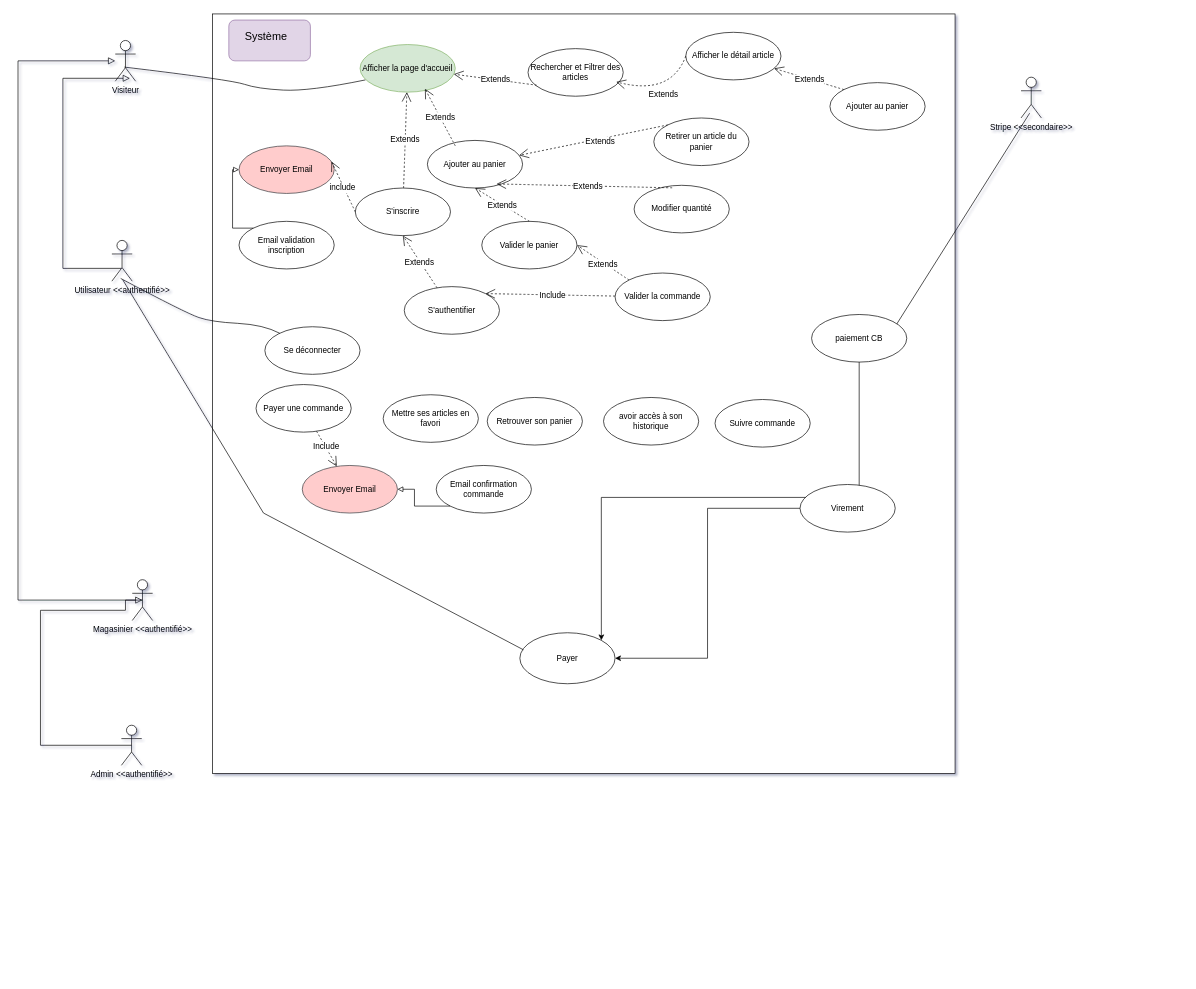
Above: Diagramme sans nom.drawio in Steony/BeautyBookerApp (draw.io), before the change. Source tidied: cells renumbered, new cells numbered last; positions are measured from the earlier drawing's top-left corner, leaving out a move shared by most shapes. Both pictures are drawn from the tidied source at 68%, with x=0, y=0 at pixel (18, 14).
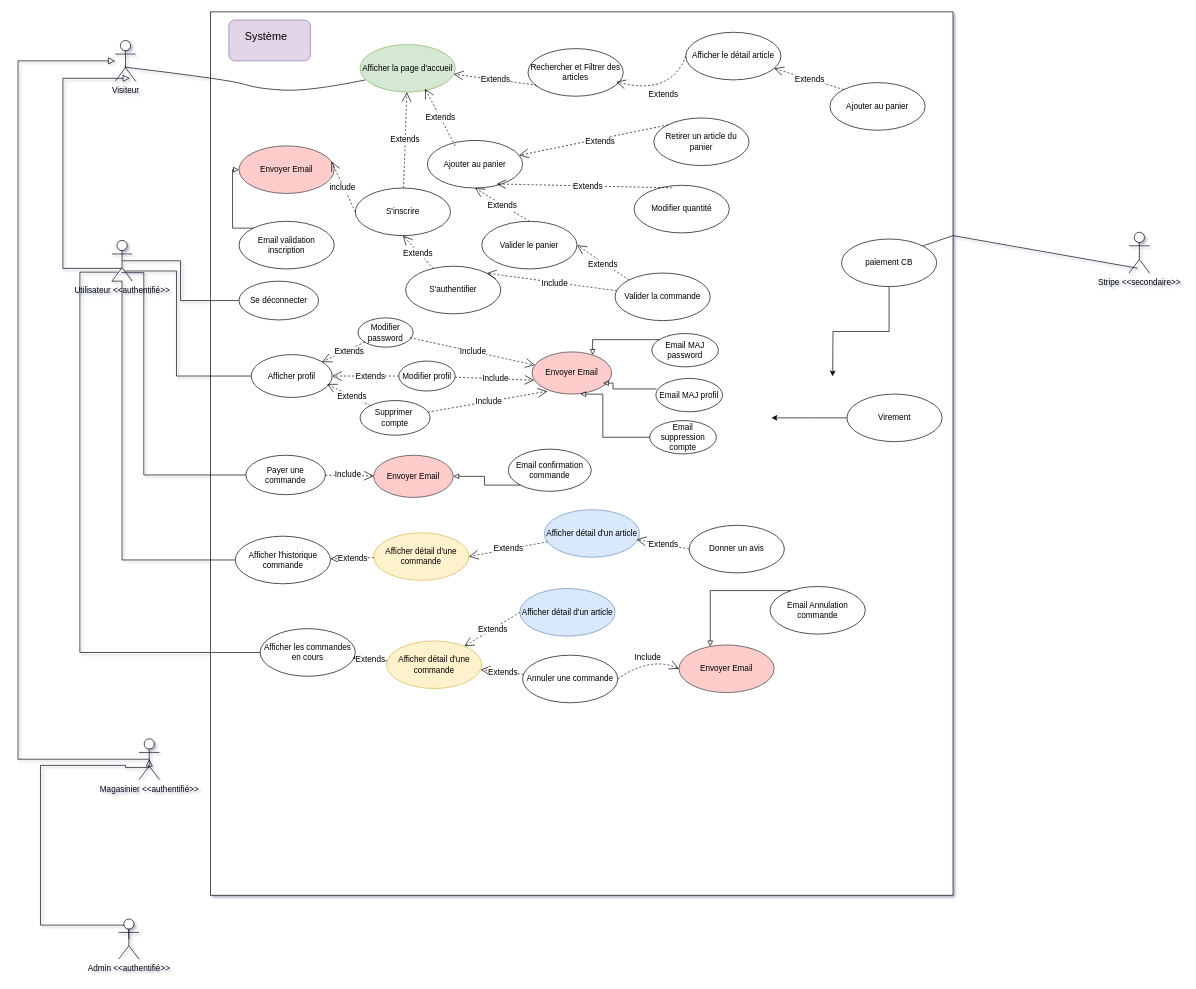
The same diagram, later.

Commit message (it also covers changes not shown here):
Mettre à jour Diagramme sans nom.drawio

Unchanged cells that the change refers to:
```xml
<mxCell id="5" value="Utilisateur &amp;lt;&amp;lt;authentifié&amp;gt;&amp;gt;" style="shape=umlActor;verticalLabelPosition=bottom;verticalAlign=top;html=1;" parent="1" vertex="1">
  <mxGeometry x="138" y="333" width="30" height="60" as="geometry" />
</mxCell>
```

Change to the diagram source:
```diff
@@
     <mxCell id="4" value="Magasinier &amp;lt;&amp;lt;authentifié&amp;gt;&amp;gt;" style="shape=umlActor;verticalLabelPosition=bottom;verticalAlign=top;html=1;" parent="1" vertex="1">
-      <mxGeometry x="168" y="832" width="30" height="60" as="geometry" />
+      <mxGeometry x="178" y="1066" width="30" height="60" as="geometry" />
     </mxCell>
@@
     <mxCell id="6" value="Stripe &amp;lt;&amp;lt;secondaire&amp;gt;&amp;gt;" style="shape=umlActor;verticalLabelPosition=bottom;verticalAlign=top;html=1;" parent="1" vertex="1">
-      <mxGeometry x="1475" y="93" width="30" height="60" as="geometry" />
+      <mxGeometry x="1634" y="321" width="30" height="60" as="geometry" />
     </mxCell>
     <mxCell id="7" style="rounded=0;whiteSpace=wrap;html=1;" parent="1" vertex="1">
-      <mxGeometry x="286" width="1092" height="1117" as="geometry" />
+      <mxGeometry x="283" y="-3" width="1092" height="1299" as="geometry" />
     </mxCell>
@@
     <mxCell id="11" style="edgeStyle=orthogonalEdgeStyle;rounded=0;jettySize=auto;html=1;exitX=0.5;exitY=0.5;exitDx=0;exitDy=0;exitPerimeter=0;fontSize=12;startSize=8;endSize=8;entryX=0.5;entryY=0.5;entryDx=0;entryDy=0;entryPerimeter=0;endArrow=block;endFill=0;" parent="1" edge="1" source="12" target="4">
       <mxGeometry relative="1" as="geometry">
         <Array as="points">
-          <mxPoint x="33" y="1075" />
-          <mxPoint x="33" y="877" />
-          <mxPoint x="158" y="877" />
-          <mxPoint x="158" y="862" />
+          <mxPoint x="163" y="1340" />
+          <mxPoint x="33" y="1340" />
+          <mxPoint x="33" y="1105" />
+          <mxPoint x="158" y="1105" />
+          <mxPoint x="158" y="1108" />
+          <mxPoint x="193" y="1108" />
         </Array>
       </mxGeometry>
     </mxCell>
     <mxCell id="12" value="Admin &amp;lt;&amp;lt;authentifié&amp;gt;&amp;gt;" style="shape=umlActor;verticalLabelPosition=bottom;verticalAlign=top;html=1;" parent="1" vertex="1">
-      <mxGeometry x="152" y="1046" width="30" height="59" as="geometry" />
+      <mxGeometry x="148" y="1331" width="30" height="59" as="geometry" />
     </mxCell>
@@
     <mxCell id="30" value="S'authentifier" style="ellipse;whiteSpace=wrap;html=1;" parent="1" vertex="1">
-      <mxGeometry x="568" y="401" width="140" height="70" as="geometry" />
+      <mxGeometry x="570" y="371" width="140" height="70" as="geometry" />
     </mxCell>
@@
-    <mxCell id="36" value="Retrouver son panier" style="ellipse;whiteSpace=wrap;html=1;" parent="1" vertex="1">
-      <mxGeometry x="690" y="564" width="140" height="70" as="geometry" />
+    <mxCell id="36" value="Donner un avis" style="ellipse;whiteSpace=wrap;html=1;" parent="1" vertex="1">
+      <mxGeometry x="987" y="752" width="140" height="70" as="geometry" />
     </mxCell>
-    <mxCell id="37" value="Mettre ses articles en favori" style="ellipse;whiteSpace=wrap;html=1;" parent="1" vertex="1">
-      <mxGeometry x="537" y="560" width="140" height="70" as="geometry" />
+    <mxCell id="37" value="Afficher détail d'un article" style="ellipse;whiteSpace=wrap;html=1;fillColor=#dae8fc;strokeColor=#6c8ebf;" parent="1" vertex="1">
+      <mxGeometry x="774" y="729" width="140" height="70" as="geometry" />
     </mxCell>
-    <mxCell id="38" value="avoir accès à son historique" style="ellipse;whiteSpace=wrap;html=1;" parent="1" vertex="1">
-      <mxGeometry x="861" y="564" width="140" height="70" as="geometry" />
+    <mxCell id="38" value="Afficher l'historique commande" style="ellipse;whiteSpace=wrap;html=1;" parent="1" vertex="1">
+      <mxGeometry x="319.5" y="768" width="140" height="70" as="geometry" />
     </mxCell>
-    <mxCell id="39" value="Payer" style="ellipse;whiteSpace=wrap;html=1;" parent="1" vertex="1">
-      <mxGeometry x="738" y="910" width="140" height="75" as="geometry" />
-    </mxCell>
-    <mxCell id="40" value="Suivre commande" style="ellipse;whiteSpace=wrap;html=1;" parent="1" vertex="1">
-      <mxGeometry x="1025" y="567" width="140" height="70" as="geometry" />
+    <mxCell id="40" value="Afficher les commandes en cours" style="ellipse;whiteSpace=wrap;html=1;" parent="1" vertex="1">
+      <mxGeometry x="356" y="904" width="140" height="70" as="geometry" />
     </mxCell>
-    <mxCell id="41" style="endArrow=none;html=1;rounded=0;entryX=0.037;entryY=0.334;entryDx=0;entryDy=0;entryPerimeter=0;" parent="1" edge="1" target="39">
-      <mxGeometry relative="1" as="geometry">
-        <mxPoint x="154" y="391" as="sourcePoint" />
-        <Array as="points">
-          <mxPoint x="361" y="734" />
-        </Array>
-      </mxGeometry>
-    </mxCell>
     <mxCell id="42" style="endArrow=none;html=1;rounded=0;exitX=1;exitY=0;exitDx=0;exitDy=0;entryX=0.422;entryY=0.883;entryDx=0;entryDy=0;entryPerimeter=0;" parent="1" edge="1" source="44" target="6">
       <mxGeometry relative="1" as="geometry">
         <Array as="points">
-          <mxPoint x="1262" y="504" />
+          <mxPoint x="1375" y="326" />
         </Array>
       </mxGeometry>
     </mxCell>
-    <mxCell id="43" style="edgeStyle=orthogonalEdgeStyle;rounded=0;jettySize=auto;html=1;exitX=0.5;exitY=1;exitDx=0;exitDy=0;entryX=1;entryY=0;entryDx=0;entryDy=0;" parent="1" edge="1" source="44" target="39">
-      <mxGeometry relative="1" as="geometry" />
+    <mxCell id="43" style="edgeStyle=orthogonalEdgeStyle;rounded=0;jettySize=auto;html=1;exitX=0.5;exitY=1;exitDx=0;exitDy=0;" parent="1" edge="1" source="44">
+      <mxGeometry relative="1" as="geometry">
+        <mxPoint x="1198" y="533" as="targetPoint" />
+      </mxGeometry>
     </mxCell>
     <mxCell id="44" value="paiement CB" style="ellipse;whiteSpace=wrap;html=1;" parent="1" vertex="1">
-      <mxGeometry x="1167" y="442" width="140" height="70" as="geometry" />
+      <mxGeometry x="1211" y="331" width="140" height="70" as="geometry" />
     </mxCell>
-    <mxCell id="45" style="edgeStyle=orthogonalEdgeStyle;rounded=0;jettySize=auto;html=1;entryX=1;entryY=0.5;entryDx=0;entryDy=0;" parent="1" edge="1" source="46" target="39">
-      <mxGeometry relative="1" as="geometry" />
+    <mxCell id="45" style="edgeStyle=orthogonalEdgeStyle;rounded=0;jettySize=auto;html=1;" parent="1" edge="1" source="46">
+      <mxGeometry relative="1" as="geometry">
+        <mxPoint x="1108" y="594" as="targetPoint" />
+      </mxGeometry>
     </mxCell>
     <mxCell id="46" value="Virement" style="ellipse;whiteSpace=wrap;html=1;" parent="1" vertex="1">
-      <mxGeometry x="1150" y="692" width="140" height="70" as="geometry" />
+      <mxGeometry x="1219" y="559" width="140" height="70" as="geometry" />
     </mxCell>
@@
     <mxCell id="51" value="Se déconnecter" style="ellipse;whiteSpace=wrap;html=1;" parent="1" vertex="1">
-      <mxGeometry x="363" y="460" width="140" height="70" as="geometry" />
+      <mxGeometry x="325" y="393" width="117" height="57" as="geometry" />
     </mxCell>
-    <mxCell id="52" style="endArrow=none;html=1;rounded=0;fontSize=12;startSize=8;endSize=8;curved=1;" parent="1" edge="1" target="51">
-      <mxGeometry relative="1" as="geometry">
-        <mxPoint x="151" y="389" as="sourcePoint" />
-        <Array as="points">
-          <mxPoint x="247" y="440" />
-          <mxPoint x="285" y="453" />
-          <mxPoint x="361" y="457" />
-        </Array>
-      </mxGeometry>
+    <mxCell id="52" style="endArrow=none;html=1;rounded=0;fontSize=12;startSize=8;endSize=8;exitX=0.5;exitY=0.5;exitDx=0;exitDy=0;exitPerimeter=0;edgeStyle=elbowEdgeStyle;" parent="1" edge="1" source="5" target="51">
+      <mxGeometry relative="1" as="geometry" />
     </mxCell>
     <mxCell id="53" value="Payer une commande" style="ellipse;whiteSpace=wrap;html=1;" parent="1" vertex="1">
-      <mxGeometry x="350" y="545" width="140" height="70" as="geometry" />
+      <mxGeometry x="335" y="649" width="117" height="58" as="geometry" />
     </mxCell>
     <mxCell id="54" value="Envoyer Email" style="ellipse;whiteSpace=wrap;html=1;fillColor=#ffcccc;strokeColor=#36393d;" parent="1" vertex="1">
-      <mxGeometry x="418" y="664" width="140" height="70" as="geometry" />
+      <mxGeometry x="523" y="649" width="117" height="62" as="geometry" />
     </mxCell>
@@
     <mxCell id="56" value="Email confirmation commande" style="ellipse;whiteSpace=wrap;html=1;" parent="1" vertex="1">
-      <mxGeometry x="615" y="664" width="140" height="70" as="geometry" />
+      <mxGeometry x="721" y="640" width="122" height="62" as="geometry" />
     </mxCell>
     <mxCell id="57" style="edgeStyle=elbowEdgeStyle;rounded=0;jettySize=auto;html=1;fontSize=12;endArrow=block;endFill=0;exitX=0;exitY=1;exitDx=0;exitDy=0;entryX=1;entryY=0.5;entryDx=0;entryDy=0;" parent="1" edge="1" source="56" target="54">
       <mxGeometry relative="1" as="geometry">
         <Array as="points">
-          <mxPoint x="583" y="730" />
+          <mxPoint x="686" y="680" />
         </Array>
       </mxGeometry>
     </mxCell>
+    <mxCell id="58" style="endArrow=none;html=1;rounded=0;edgeStyle=elbowEdgeStyle;" parent="1" edge="1" target="53">
+      <mxGeometry relative="1" as="geometry">
+        <mxPoint x="152" y="380.5" as="sourcePoint" />
+        <Array as="points">
+          <mxPoint x="185" y="494" />
+        </Array>
+      </mxGeometry>
+    </mxCell>
+    <mxCell id="59" style="endArrow=none;html=1;rounded=0;exitX=0;exitY=1;exitDx=0;exitDy=0;exitPerimeter=0;edgeStyle=elbowEdgeStyle;" parent="1" edge="1" source="5" target="38">
+      <mxGeometry relative="1" as="geometry">
+        <Array as="points">
+          <mxPoint x="153" y="553" />
+        </Array>
+      </mxGeometry>
+    </mxCell>
+    <mxCell id="60" value="Afficher détail d'une commande" style="ellipse;whiteSpace=wrap;html=1;fillColor=#fff2cc;strokeColor=#d6b656;" parent="1" vertex="1">
+      <mxGeometry x="523" y="763" width="140" height="70" as="geometry" />
+    </mxCell>
+    <mxCell id="61" value="Extends" style="endArrow=open;endSize=12;dashed=1;html=1;rounded=0;fontSize=12;curved=1;" parent="1" edge="1" source="60" target="38">
+      <mxGeometry x="-0.05" y="1" relative="1" as="geometry">
+        <mxPoint x="-1" as="offset" />
+      </mxGeometry>
+    </mxCell>
+    <mxCell id="62" value="Extends" style="endArrow=open;endSize=12;dashed=1;html=1;rounded=0;fontSize=12;curved=1;entryX=1;entryY=0.5;entryDx=0;entryDy=0;" parent="1" edge="1" source="37" target="60">
+      <mxGeometry x="0.01" relative="1" as="geometry">
+        <mxPoint x="1" as="offset" />
+      </mxGeometry>
+    </mxCell>
+    <mxCell id="63" value="Extends" style="endArrow=open;endSize=12;dashed=1;html=1;rounded=0;fontSize=12;curved=1;entryX=0.969;entryY=0.626;entryDx=0;entryDy=0;exitX=0;exitY=0.5;exitDx=0;exitDy=0;entryPerimeter=0;" parent="1" edge="1" source="36" target="37">
+      <mxGeometry x="-0.01" relative="1" as="geometry" />
+    </mxCell>
+    <mxCell id="64" style="endArrow=none;html=1;rounded=0;exitX=0.292;exitY=0.779;exitDx=0;exitDy=0;exitPerimeter=0;edgeStyle=elbowEdgeStyle;" parent="1" edge="1" source="5" target="40">
+      <mxGeometry relative="1" as="geometry">
+        <Array as="points">
+          <mxPoint x="91" y="586" />
+        </Array>
+      </mxGeometry>
+    </mxCell>
+    <mxCell id="65" value="Afficher détail d'une commande" style="ellipse;whiteSpace=wrap;html=1;fillColor=#fff2cc;strokeColor=#d6b656;" parent="1" vertex="1">
+      <mxGeometry x="542" y="922" width="140" height="70" as="geometry" />
+    </mxCell>
+    <mxCell id="66" value="Extends" style="endArrow=open;endSize=12;dashed=1;html=1;rounded=0;fontSize=12;curved=1;entryX=0.971;entryY=0.61;entryDx=0;entryDy=0;entryPerimeter=0;" parent="1" edge="1" source="65" target="40">
+      <mxGeometry x="-0.01" relative="1" as="geometry" />
+    </mxCell>
+    <mxCell id="67" value="Afficher détail d'un article" style="ellipse;whiteSpace=wrap;html=1;fillColor=#dae8fc;strokeColor=#6c8ebf;" parent="1" vertex="1">
+      <mxGeometry x="738" y="845" width="140" height="70" as="geometry" />
+    </mxCell>
+    <mxCell id="68" value="Extends" style="endArrow=open;endSize=12;dashed=1;html=1;rounded=0;fontSize=12;curved=1;exitX=0;exitY=0.5;exitDx=0;exitDy=0;" parent="1" edge="1" source="67" target="65">
+      <mxGeometry x="0.01" relative="1" as="geometry">
+        <mxPoint x="1" as="offset" />
+      </mxGeometry>
+    </mxCell>
+    <mxCell id="69" value="Annuler une commande" style="ellipse;whiteSpace=wrap;html=1;" parent="1" vertex="1">
+      <mxGeometry x="742" y="943" width="140" height="70" as="geometry" />
+    </mxCell>
+    <mxCell id="70" value="Extends" style="endArrow=open;endSize=12;dashed=1;html=1;rounded=0;fontSize=12;curved=1;" parent="1" edge="1" source="69" target="65">
+      <mxGeometry x="0.01" relative="1" as="geometry">
+        <mxPoint x="1" as="offset" />
+      </mxGeometry>
+    </mxCell>
+    <mxCell id="71" value="Envoyer Email" style="ellipse;whiteSpace=wrap;html=1;fillColor=#ffcccc;strokeColor=#36393d;" parent="1" vertex="1">
+      <mxGeometry x="972" y="928" width="140" height="70" as="geometry" />
+    </mxCell>
+    <mxCell id="72" value="Include" style="endArrow=open;endSize=12;dashed=1;html=1;rounded=0;fontSize=12;curved=1;exitX=1;exitY=0.5;exitDx=0;exitDy=0;entryX=0;entryY=0.5;entryDx=0;entryDy=0;" parent="1" edge="1" source="69" target="71">
+      <mxGeometry x="0.03" relative="1" as="geometry">
+        <Array as="points">
+          <mxPoint x="930" y="944" />
+        </Array>
+      </mxGeometry>
+    </mxCell>
+    <mxCell id="73" value="Email Annulation commande" style="ellipse;whiteSpace=wrap;html=1;" parent="1" vertex="1">
+      <mxGeometry x="1106" y="842" width="140" height="70" as="geometry" />
+    </mxCell>
+    <mxCell id="74" style="edgeStyle=elbowEdgeStyle;rounded=0;jettySize=auto;html=1;fontSize=12;endArrow=block;endFill=0;" parent="1" edge="1" source="73" target="71">
+      <mxGeometry relative="1" as="geometry">
+        <Array as="points">
+          <mxPoint x="1018" y="848" />
+        </Array>
+      </mxGeometry>
+    </mxCell>
+    <mxCell id="75" value="Afficher profil" style="ellipse;whiteSpace=wrap;html=1;" parent="1" vertex="1">
+      <mxGeometry x="343" y="501" width="119" height="63" as="geometry" />
+    </mxCell>
+    <mxCell id="76" style="endArrow=none;html=1;rounded=0;fontSize=12;startSize=8;endSize=8;exitX=0.623;exitY=0.751;exitDx=0;exitDy=0;exitPerimeter=0;edgeStyle=elbowEdgeStyle;" parent="1" edge="1" source="5" target="75">
+      <mxGeometry relative="1" as="geometry">
+        <Array as="points">
+          <mxPoint x="233" y="443" />
+        </Array>
+      </mxGeometry>
+    </mxCell>
+    <mxCell id="77" value="Modifier profil" style="ellipse;whiteSpace=wrap;html=1;" parent="1" vertex="1">
+      <mxGeometry x="560" y="510.5" width="83" height="44" as="geometry" />
+    </mxCell>
+    <mxCell id="78" value="Modifier password" style="ellipse;whiteSpace=wrap;html=1;" parent="1" vertex="1">
+      <mxGeometry x="500" y="447" width="81" height="43" as="geometry" />
+    </mxCell>
+    <mxCell id="79" value="Extends" style="endArrow=open;endSize=12;dashed=1;html=1;rounded=0;fontSize=12;curved=1;" parent="1" edge="1" source="78" target="75">
+      <mxGeometry x="-0.22" y="3" relative="1" as="geometry" />
+    </mxCell>
+    <mxCell id="80" value="Extends" style="endArrow=open;endSize=12;dashed=1;html=1;rounded=0;fontSize=12;curved=1;" parent="1" edge="1" source="77" target="75">
+      <mxGeometry x="-0.15" y="1" relative="1" as="geometry" />
+    </mxCell>
+    <mxCell id="81" value="Supprimer&amp;nbsp; compte" style="ellipse;whiteSpace=wrap;html=1;" parent="1" vertex="1">
+      <mxGeometry x="503" y="568.5" width="103" height="51" as="geometry" />
+    </mxCell>
+    <mxCell id="82" value="Extends" style="endArrow=open;endSize=12;dashed=1;html=1;rounded=0;fontSize=12;curved=1;entryX=0.937;entryY=0.686;entryDx=0;entryDy=0;entryPerimeter=0;" parent="1" edge="1" source="81" target="75">
+      <mxGeometry x="-0.15" y="1" relative="1" as="geometry" />
+    </mxCell>
+    <mxCell id="83" value="Envoyer Email" style="ellipse;whiteSpace=wrap;html=1;fillColor=#ffcccc;strokeColor=#36393d;" parent="1" vertex="1">
+      <mxGeometry x="756" y="497" width="117" height="62" as="geometry" />
+    </mxCell>
+    <mxCell id="84" value="Include" style="endArrow=open;endSize=12;dashed=1;html=1;rounded=0;fontSize=12;curved=1;exitX=0.945;exitY=0.681;exitDx=0;exitDy=0;exitPerimeter=0;" parent="1" edge="1" source="78" target="83">
+      <mxGeometry x="0.01" relative="1" as="geometry" />
+    </mxCell>
+    <mxCell id="85" value="Include" style="endArrow=open;endSize=12;dashed=1;html=1;rounded=0;fontSize=12;curved=1;entryX=0.026;entryY=0.672;entryDx=0;entryDy=0;entryPerimeter=0;" parent="1" edge="1" source="77" target="83">
+      <mxGeometry x="0.01" relative="1" as="geometry" />
+    </mxCell>
+    <mxCell id="86" value="Include" style="endArrow=open;endSize=12;dashed=1;html=1;rounded=0;fontSize=12;curved=1;entryX=0.192;entryY=0.932;entryDx=0;entryDy=0;entryPerimeter=0;" parent="1" edge="1" source="81" target="83">
+      <mxGeometry x="0.01" relative="1" as="geometry" />
+    </mxCell>
+    <mxCell id="87" value="Email MAJ password" style="ellipse;whiteSpace=wrap;html=1;" parent="1" vertex="1">
+      <mxGeometry x="932" y="470" width="98" height="49" as="geometry" />
+    </mxCell>
+    <mxCell id="88" value="Email MAJ profil" style="ellipse;whiteSpace=wrap;html=1;" parent="1" vertex="1">
+      <mxGeometry x="938" y="536" width="98" height="49" as="geometry" />
+    </mxCell>
+    <mxCell id="89" value="Email suppression compte" style="ellipse;whiteSpace=wrap;html=1;" parent="1" vertex="1">
+      <mxGeometry x="929" y="598" width="98" height="49" as="geometry" />
+    </mxCell>
+    <mxCell id="90" style="edgeStyle=elbowEdgeStyle;rounded=0;jettySize=auto;html=1;fontSize=12;endArrow=block;endFill=0;" parent="1" edge="1" source="87" target="83">
+      <mxGeometry relative="1" as="geometry">
+        <Array as="points">
+          <mxPoint x="845" y="479" />
+        </Array>
+      </mxGeometry>
+    </mxCell>
+    <mxCell id="91" style="edgeStyle=elbowEdgeStyle;rounded=0;jettySize=auto;html=1;fontSize=12;endArrow=block;endFill=0;entryX=0.891;entryY=0.74;entryDx=0;entryDy=0;entryPerimeter=0;exitX=0.01;exitY=0.316;exitDx=0;exitDy=0;exitPerimeter=0;" parent="1" edge="1" source="88" target="83">
+      <mxGeometry relative="1" as="geometry">
+        <Array as="points">
+          <mxPoint x="875" y="549" />
+        </Array>
+      </mxGeometry>
+    </mxCell>
+    <mxCell id="92" style="edgeStyle=elbowEdgeStyle;rounded=0;jettySize=auto;html=1;fontSize=12;endArrow=block;endFill=0;entryX=0.605;entryY=1.002;entryDx=0;entryDy=0;entryPerimeter=0;exitX=0;exitY=0.5;exitDx=0;exitDy=0;" parent="1" edge="1" source="89" target="83">
+      <mxGeometry relative="1" as="geometry">
+        <Array as="points">
+          <mxPoint x="860" y="595" />
+        </Array>
+      </mxGeometry>
+    </mxCell>
```
